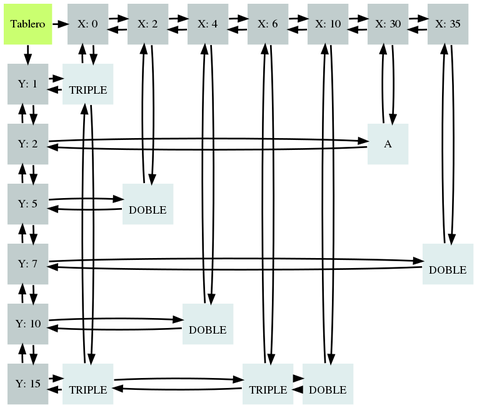
This is EDD_1S2020_PY1_201213487/matriz_logico.png from VaniaArgueta/EDD_1S2020_PY1_201213487, a Graphviz export, as it was before one commit. Its source is kept beside it as EDD_1S2020_PY1_201213487/matriz_logico.dot.
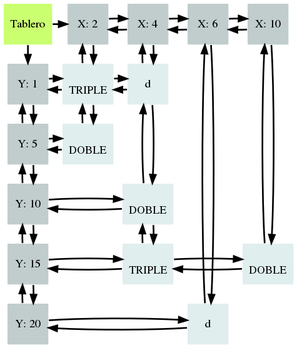
Above is the later version.

The edit, as a diff of the source:
```diff
@@ -3,116 +3,91 @@
 edge[style = "bold"];
 
  node[label = "Tablero" fillcolor=" darkolivegreen1" pos = "-1,1!"]principal;
-	node[label = "X: 0" fillcolor=" azure3" pos = "0,1!" shape = box]x0;
-	node[label = "X: 2" fillcolor=" azure3" pos = "1,1!" shape = box]x2;
-	node[label = "X: 4" fillcolor=" azure3" pos = "2,1!" shape = box]x4;
-	node[label = "X: 6" fillcolor=" azure3" pos = "3,1!" shape = box]x6;
-	node[label = "X: 10" fillcolor=" azure3" pos = "4,1!" shape = box]x10;
-	node[label = "X: 30" fillcolor=" azure3" pos = "5,1!" shape = box]x30;
-	node[label = "X: 35" fillcolor=" azure3" pos = "6,1!" shape = box]x35;x0 -> x2;
-x2 -> x0;
-x2 -> x4;
+	node[label = "X: 2" fillcolor=" azure3" pos = "0,1!" shape = box]x2;
+	node[label = "X: 4" fillcolor=" azure3" pos = "1,1!" shape = box]x4;
+	node[label = "X: 6" fillcolor=" azure3" pos = "2,1!" shape = box]x6;
+	node[label = "X: 10" fillcolor=" azure3" pos = "3,1!" shape = box]x10;x2 -> x4;
 x4 -> x2;
 x4 -> x6;
 x6 -> x4;
 x6 -> x10;
 x10 -> x6;
-x10 -> x30;
-x30 -> x10;
-x30 -> x35;
-x35 -> x30;
-principal -> x0;
+principal -> x2;
 
 	node[label = "Y: 1" fillcolor=" azure3" pos = "-1,-0!" shape = box]y1;
-	node[label = "Y: 2" fillcolor=" azure3" pos = "-1,-1!" shape = box]y2;
-	node[label = "Y: 5" fillcolor=" azure3" pos = "-1,-2!" shape = box]y5;
-	node[label = "Y: 7" fillcolor=" azure3" pos = "-1,-3!" shape = box]y7;
-	node[label = "Y: 10" fillcolor=" azure3" pos = "-1,-4!" shape = box]y10;
-	node[label = "Y: 15" fillcolor=" azure3" pos = "-1,-5!" shape = box]y15;y1 -> y2;
-y2 -> y1;
-y2 -> y5;
-y5 -> y2;
-y5 -> y7;
-y7 -> y5;
-y7 -> y10;
-y10 -> y7;
+	node[label = "Y: 5" fillcolor=" azure3" pos = "-1,-1!" shape = box]y5;
+	node[label = "Y: 10" fillcolor=" azure3" pos = "-1,-2!" shape = box]y10;
+	node[label = "Y: 15" fillcolor=" azure3" pos = "-1,-3!" shape = box]y15;
+	node[label = "Y: 20" fillcolor=" azure3" pos = "-1,-4!" shape = box]y20;y1 -> y5;
+y5 -> y1;
+y5 -> y10;
+y10 -> y5;
 y10 -> y15;
 y15 -> y10;
+y15 -> y20;
+y20 -> y15;
 principal -> y1;
 
 	node[label = "
-TRIPLE" fillcolor=" azure2" pos = "0,-0!" shape = box]"i0-1";
+TRIPLE" fillcolor=" azure2" pos = "0,-0!" shape = box]"i2-1";
 	node[label = "
-TRIPLE" fillcolor=" azure2" pos = "0,-5!" shape = box]"i0-15";
- "i0-1" -> "i0-15";
-"i0-15" -> "i0-1";
+DOBLE" fillcolor=" azure2" pos = "0,-1!" shape = box]"i2-5";
+ "i2-1" -> "i2-5";
+"i2-5" -> "i2-1";
 
- x0 -> "i0-1"
+ x2 -> "i2-1"
 
- "i0-1"-> x0
+ "i2-1"-> x2
+
+	node[label = " d " fillcolor=" azure2" pos = "1,-0!" shape = box]"i4-1";
+	node[label = "
+DOBLE" fillcolor=" azure2" pos = "1,-2!" shape = box]"i4-10";
+	node[label = "
+TRIPLE" fillcolor=" azure2" pos = "1,-3!" shape = box]"i4-15";
+ "i4-1" -> "i4-10";
+"i4-10" -> "i4-1";
+
+ "i4-10" -> "i4-15";
+"i4-15" -> "i4-10";
+
+ x4 -> "i4-1"
+
+ "i4-1"-> x4
+
+	node[label = " d " fillcolor=" azure2" pos = "2,-4!" shape = box]"i6-20";
+ x6 -> "i6-20"
+
+ "i6-20"-> x6
 
 	node[label = "
-DOBLE" fillcolor=" azure2" pos = "1,-2!" shape = box]"i2-5";
- x2 -> "i2-5"
-
- "i2-5"-> x2
-
-	node[label = "
-DOBLE" fillcolor=" azure2" pos = "2,-4!" shape = box]"i4-10";
- x4 -> "i4-10"
-
- "i4-10"-> x4
-
-	node[label = "
-TRIPLE" fillcolor=" azure2" pos = "3,-5!" shape = box]"i6-15";
- x6 -> "i6-15"
-
- "i6-15"-> x6
-
-	node[label = "
-DOBLE" fillcolor=" azure2" pos = "4,-5!" shape = box]"i10-15";
+DOBLE" fillcolor=" azure2" pos = "3,-3!" shape = box]"i10-15";
  x10 -> "i10-15"
 
  "i10-15"-> x10
 
-	node[label = " A " fillcolor=" azure2" pos = "5,-1!" shape = box]"i30-2";
- x30 -> "i30-2"
+ "i2-1" -> "i4-1";
+"i4-1" -> "i2-1";
 
- "i30-2"-> x30
+ y1 -> "i2-1"
 
-	node[label = "
-DOBLE" fillcolor=" azure2" pos = "6,-3!" shape = box]"i35-7";
- x35 -> "i35-7"
-
- "i35-7"-> x35
-
- y1 -> "i0-1"
-
- "i0-1" -> y1
-
- y2 -> "i30-2"
-
- "i30-2" -> y2
+ "i2-1" -> y1
 
  y5 -> "i2-5"
 
  "i2-5" -> y5
 
- y7 -> "i35-7"
-
- "i35-7" -> y7
-
  y10 -> "i4-10"
 
  "i4-10" -> y10
 
- "i0-15" -> "i6-15";
-"i6-15" -> "i0-15";
+ "i4-15" -> "i10-15";
+"i10-15" -> "i4-15";
 
- "i6-15" -> "i10-15";
-"i10-15" -> "i6-15";
+ y15 -> "i4-15"
 
- y15 -> "i0-15"
+ "i4-15" -> y15
 
- "i0-15" -> y15
+ y20 -> "i6-20"
+
+ "i6-20" -> y20
 }
```
